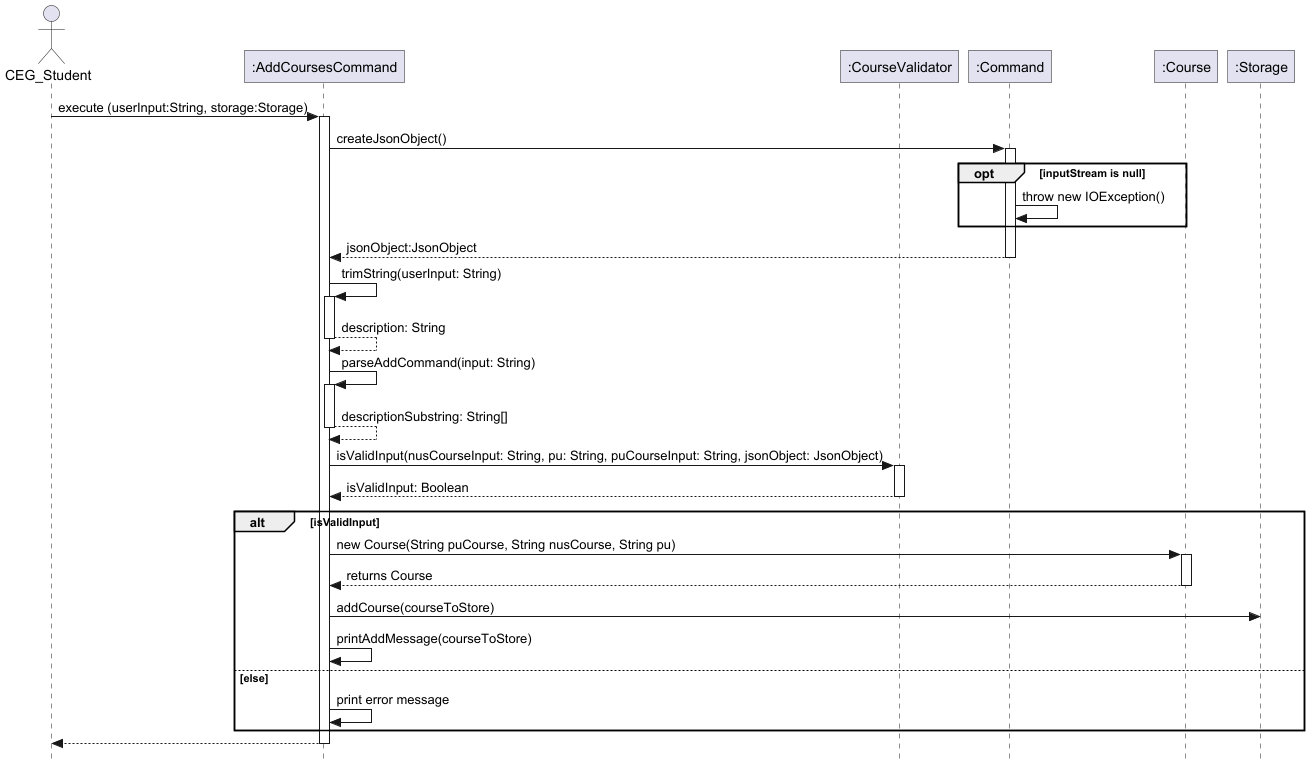
Above: docs/images/AddCoursesCommand.png in nus-cs2113-AY2425S1/tp (PlantUML), before the change.
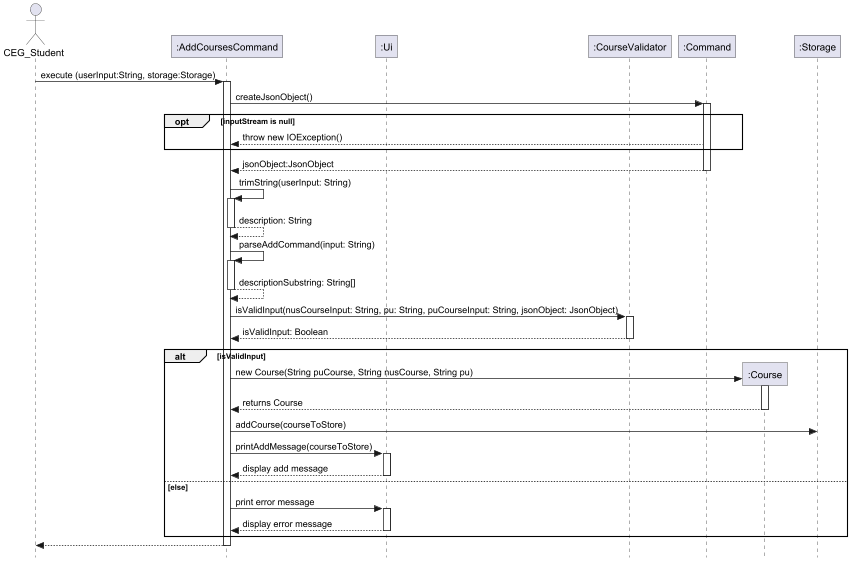
After the commit.

Commit message:
Update CourseValidator and AddCoursesCommand class diagrams

Change to the diagram source:
```diff
@@ -4,10 +4,12 @@
 actor CEG_Student
 !include .SequenceDiagram.config
 participant ":AddCoursesCommand" as AddCoursesCommand
+participant ":Ui" as Ui
 participant ":CourseValidator" as CourseValidator
 participant ":Command" as Command
 participant ":Course" as Course
 participant ":Storage" as Storage
+
 
 
 CEG_Student -> AddCoursesCommand: execute (userInput:String, storage:Storage)
@@ -17,7 +19,7 @@
 activate Command
 
 opt inputStream is null
-    Command -> Command: throw new IOException()
+    Command --> AddCoursesCommand: throw new IOException()
 end
 
 Command --> AddCoursesCommand: jsonObject:JsonObject
@@ -36,14 +38,20 @@
 return isValidInput: Boolean
 
 alt isValidInput
-AddCoursesCommand -> Course: new Course(String puCourse, String nusCourse, String pu)
+AddCoursesCommand -> Course **: new Course(String puCourse, String nusCourse, String pu)
 activate Course
 Course --> AddCoursesCommand : returns Course
 deactivate
 AddCoursesCommand -> Storage :addCourse(courseToStore)
-AddCoursesCommand -> AddCoursesCommand: printAddMessage(courseToStore)
+AddCoursesCommand -> Ui: printAddMessage(courseToStore)
+activate Ui
+Ui --> AddCoursesCommand: display add message
+deactivate Ui
 else else
-AddCoursesCommand -> AddCoursesCommand: print error message
+AddCoursesCommand -> Ui: print error message
+activate Ui
+Ui --> AddCoursesCommand: display error message
+deactivate Ui
 end
 return
 
```
